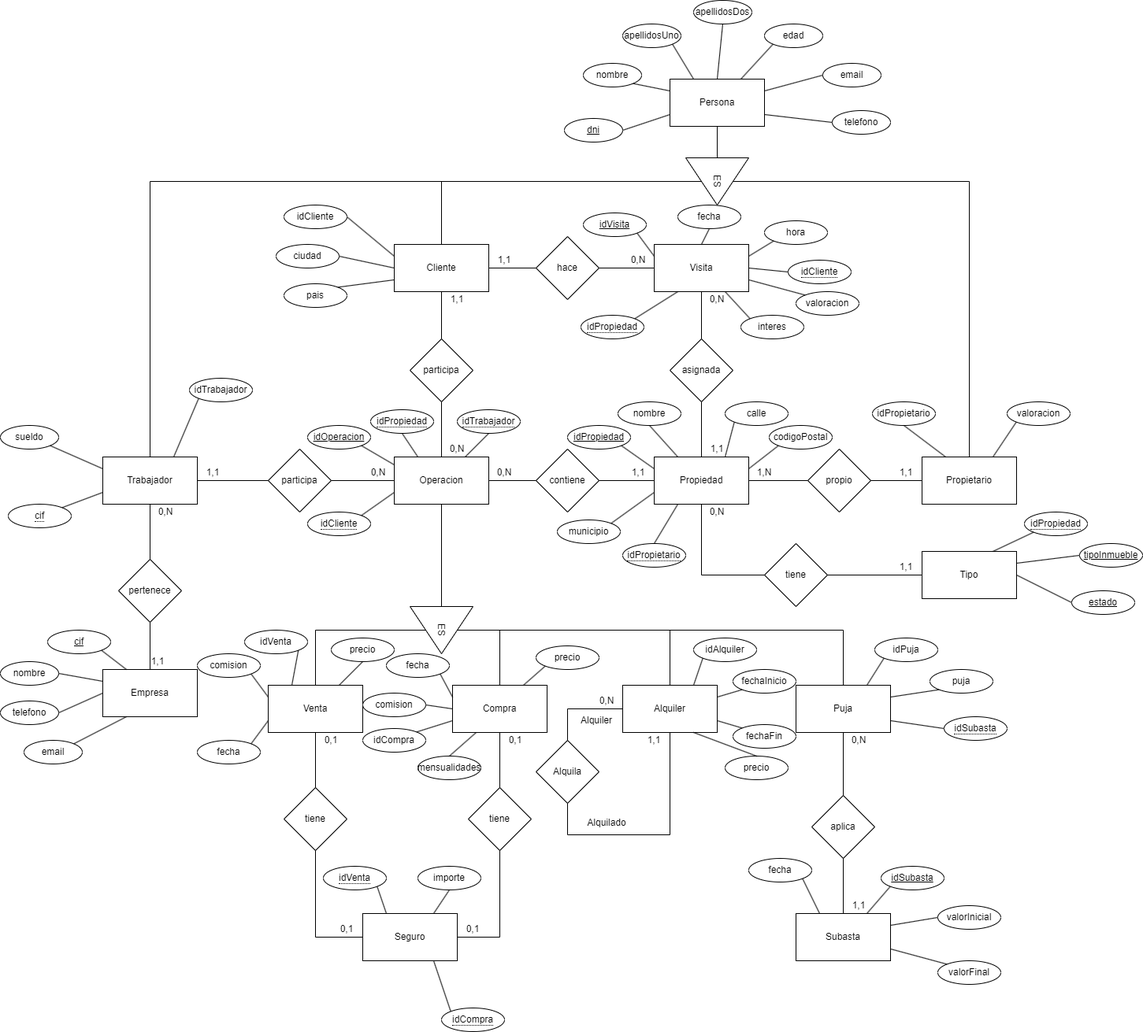
Anthonysreal-D/InmobiliariaUPO keeps this draw.io diagram as Entidad-Relacion_Definitivo.png. Above is the earlier version. Source tidied: cells renumbered, new cells last; positions are measured from the earlier drawing's top-left corner, leaving out a move shared by most shapes.
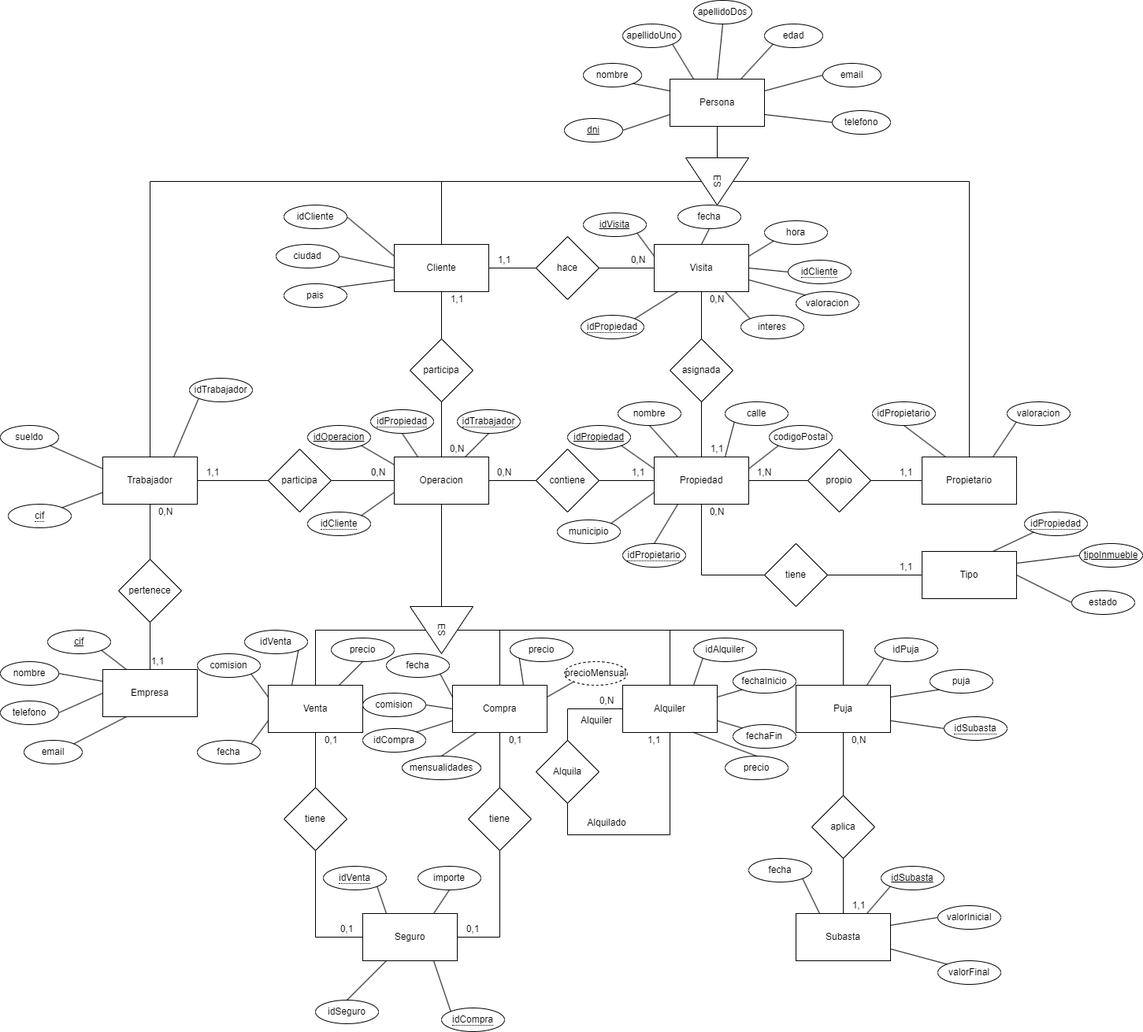
The same diagram one commit later.

The edit, as a diff of the source:
```diff
@@ -309,10 +309,10 @@
     <mxCell id="87" value="nombre" style="ellipse;whiteSpace=wrap;html=1;" parent="1" vertex="1">
       <mxGeometry x="740" y="80" width="74" height="30" as="geometry" />
     </mxCell>
-    <mxCell id="88" value="apellidosUno" style="ellipse;whiteSpace=wrap;html=1;" parent="1" vertex="1">
+    <mxCell id="88" value="apellidoUno" style="ellipse;whiteSpace=wrap;html=1;" parent="1" vertex="1">
       <mxGeometry x="790" y="30" width="74" height="30" as="geometry" />
     </mxCell>
-    <mxCell id="89" value="apellidosDos" style="ellipse;whiteSpace=wrap;html=1;" parent="1" vertex="1">
+    <mxCell id="89" value="apellidoDos" style="ellipse;whiteSpace=wrap;html=1;" parent="1" vertex="1">
       <mxGeometry x="880" width="74" height="30" as="geometry" />
     </mxCell>
     <mxCell id="90" value="edad" style="ellipse;whiteSpace=wrap;html=1;" parent="1" vertex="1">
@@ -402,7 +402,7 @@
     <mxCell id="118" value="&lt;u&gt;tipoInmueble&lt;/u&gt;" style="ellipse;whiteSpace=wrap;html=1;align=center;shadow=0;strokeColor=default;verticalAlign=middle;fontFamily=Helvetica;fontSize=12;fontColor=default;fillColor=default;gradientColor=none;" parent="1" vertex="1">
       <mxGeometry x="1370" y="690" width="80" height="30" as="geometry" />
     </mxCell>
-    <mxCell id="119" value="&lt;u&gt;estado&lt;/u&gt;" style="ellipse;whiteSpace=wrap;html=1;align=center;shadow=0;strokeColor=default;verticalAlign=middle;fontFamily=Helvetica;fontSize=12;fontColor=default;fillColor=default;gradientColor=none;" parent="1" vertex="1">
+    <mxCell id="119" value="estado" style="ellipse;whiteSpace=wrap;html=1;align=center;shadow=0;strokeColor=default;verticalAlign=middle;fontFamily=Helvetica;fontSize=12;fontColor=default;fillColor=default;gradientColor=none;" parent="1" vertex="1">
       <mxGeometry x="1360" y="750" width="80" height="30" as="geometry" />
     </mxCell>
     <mxCell id="120" style="endArrow=none;html=1;rounded=0;fontFamily=Helvetica;fontSize=12;fontColor=default;entryX=0;entryY=0.5;entryDx=0;entryDy=0;exitX=1;exitY=0.25;exitDx=0;exitDy=0;" parent="1" edge="1" source="60" target="118">
@@ -481,7 +481,7 @@
       <mxGeometry x="460" y="925" width="80" height="30" as="geometry" />
     </mxCell>
     <mxCell id="145" value="precio" style="ellipse;whiteSpace=wrap;html=1;align=center;shadow=0;strokeColor=default;verticalAlign=middle;fontFamily=Helvetica;fontSize=12;fontColor=default;fillColor=default;gradientColor=none;" parent="1" vertex="1">
-      <mxGeometry x="680" y="820" width="80" height="30" as="geometry" />
+      <mxGeometry x="647" y="810" width="80" height="30" as="geometry" />
     </mxCell>
     <mxCell id="146" style="endArrow=none;html=1;rounded=0;exitX=0.75;exitY=0;exitDx=0;exitDy=0;entryX=0.5;entryY=1;entryDx=0;entryDy=0;" parent="1" edge="1" source="3" target="143">
       <mxGeometry relative="1" as="geometry" />
@@ -616,7 +616,7 @@
       <mxGeometry relative="1" as="geometry" />
     </mxCell>
     <mxCell id="190" value="mensualidades" style="ellipse;whiteSpace=wrap;html=1;align=center;shadow=0;strokeColor=default;verticalAlign=middle;fontFamily=Helvetica;fontSize=12;fontColor=default;fillColor=default;gradientColor=none;" parent="1" vertex="1">
-      <mxGeometry x="530" y="960" width="80" height="30" as="geometry" />
+      <mxGeometry x="510" y="960" width="100" height="30" as="geometry" />
     </mxCell>
     <mxCell id="191" style="endArrow=none;html=1;rounded=0;exitX=0.5;exitY=0;exitDx=0;exitDy=0;entryX=0.25;entryY=1;entryDx=0;entryDy=0;" parent="1" edge="1" source="190" target="2">
       <mxGeometry relative="1" as="geometry" />
@@ -690,5 +690,17 @@
     <mxCell id="214" value="Alquiler" style="text;html=1;strokeColor=none;fillColor=none;align=center;verticalAlign=middle;whiteSpace=wrap;rounded=0;rotation=0;" parent="1" vertex="1">
       <mxGeometry x="727" y="900" width="60" height="30" as="geometry" />
     </mxCell>
+    <mxCell id="215" value="precioMensual" style="ellipse;whiteSpace=wrap;html=1;align=center;dashed=1;" parent="1" vertex="1">
+      <mxGeometry x="716" y="840" width="80" height="30" as="geometry" />
+    </mxCell>
+    <mxCell id="216" style="endArrow=none;html=1;rounded=0;exitX=1;exitY=0.25;exitDx=0;exitDy=0;entryX=0;entryY=1;entryDx=0;entryDy=0;" parent="1" edge="1" source="2" target="215">
+      <mxGeometry relative="1" as="geometry" />
+    </mxCell>
+    <mxCell id="217" value="idSeguro" style="ellipse;whiteSpace=wrap;html=1;" parent="1" vertex="1">
+      <mxGeometry x="400" y="1270" width="80" height="30" as="geometry" />
+    </mxCell>
+    <mxCell id="218" style="endArrow=none;html=1;rounded=0;exitX=0.5;exitY=0;exitDx=0;exitDy=0;entryX=0.25;entryY=1;entryDx=0;entryDy=0;" parent="1" edge="1" source="217" target="54">
+      <mxGeometry relative="1" as="geometry" />
+    </mxCell>
   </root>
 </mxGraphModel>
```
